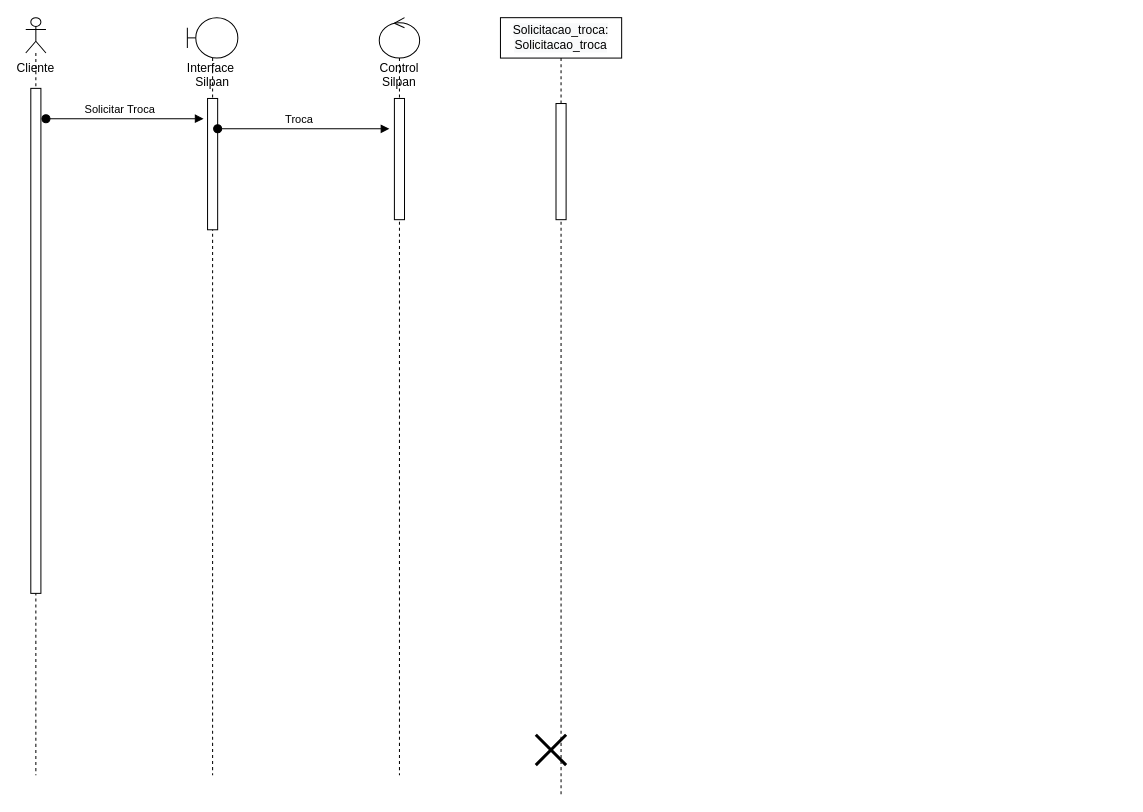
Before: Diagrama de Sequencia/Diagrama de Sequência.Troca.drawio in Systematicos/Silpan-AMS, a draw.io diagram. Source tidied: cells renumbered, new cells numbered last; positions are measured from the earlier drawing's top-left corner, leaving out a move shared by most shapes. Both pictures are drawn from the tidied source at 101%, with x=0, y=0 at pixel (25, 17).
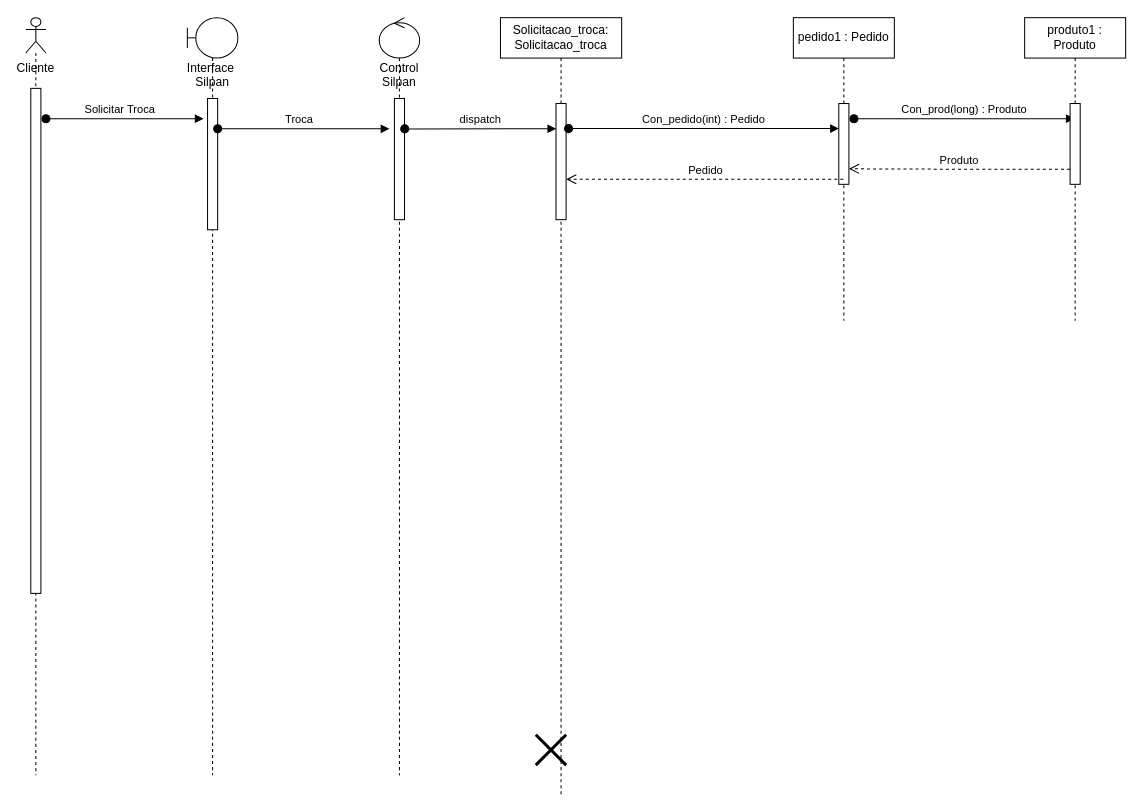
The same page after the edit.

Unchanged cells that the change refers to:
```xml
<mxCell id="5" style="html=1;points=[];perimeter=orthogonalPerimeter;" parent="4" vertex="1">
  <mxGeometry x="15" y="80" width="10" height="120" as="geometry" />
</mxCell>
<mxCell id="11" style="html=1;points=[];perimeter=orthogonalPerimeter;" parent="10" vertex="1">
  <mxGeometry x="55" y="85" width="10" height="115" as="geometry" />
</mxCell>
```

The edit, as a diff of the source:
```diff
@@
+    <mxCell id="13" value="dispatch" style="html=1;verticalAlign=bottom;startArrow=oval;startFill=1;endArrow=block;startSize=8;exitX=1.022;exitY=0.251;exitDx=0;exitDy=0;exitPerimeter=0;entryX=0.016;entryY=0.217;entryDx=0;entryDy=0;entryPerimeter=0;" parent="1" edge="1" source="5" target="11">
+      <mxGeometry relative="1" as="geometry" />
+    </mxCell>
+    <mxCell id="14" value="pedido1 : Pedido" style="shape=umlLifeline;perimeter=lifelinePerimeter;whiteSpace=wrap;html=1;outlineConnect=0;" parent="1" vertex="1">
+      <mxGeometry x="760" width="100" height="300" as="geometry" />
+    </mxCell>
+    <mxCell id="15" style="html=1;points=[];perimeter=orthogonalPerimeter;" parent="14" vertex="1">
+      <mxGeometry x="45" y="85" width="10" height="80" as="geometry" />
+    </mxCell>
+    <mxCell id="16" value="Con_prod(long) : Produto" style="html=1;verticalAlign=bottom;startArrow=oval;startFill=1;endArrow=block;startSize=8;" parent="14" edge="1" target="18">
+      <mxGeometry relative="1" as="geometry">
+        <mxPoint x="60" y="100" as="sourcePoint" />
+      </mxGeometry>
+    </mxCell>
+    <mxCell id="17" value="Con_pedido(int) : Pedido" style="html=1;verticalAlign=bottom;startArrow=oval;startFill=1;endArrow=block;startSize=8;exitX=1.245;exitY=0.216;exitDx=0;exitDy=0;exitPerimeter=0;" parent="1" edge="1" source="11" target="15">
+      <mxGeometry relative="1" as="geometry" />
+    </mxCell>
+    <mxCell id="18" value="produto1 :&lt;br&gt;Produto" style="shape=umlLifeline;perimeter=lifelinePerimeter;whiteSpace=wrap;html=1;outlineConnect=0;" parent="1" vertex="1">
+      <mxGeometry x="989" width="100" height="300" as="geometry" />
+    </mxCell>
+    <mxCell id="19" style="html=1;points=[];perimeter=orthogonalPerimeter;" parent="18" vertex="1">
+      <mxGeometry x="45" y="85" width="10" height="80" as="geometry" />
+    </mxCell>
+    <mxCell id="20" value="Produto" style="html=1;verticalAlign=bottom;endArrow=open;dashed=1;endSize=8;entryX=1;entryY=0.808;entryDx=0;entryDy=0;entryPerimeter=0;" parent="1" edge="1" source="19" target="15">
+      <mxGeometry relative="1" as="geometry">
+        <Array as="points">
+          <mxPoint x="910" y="150" />
+        </Array>
+      </mxGeometry>
+    </mxCell>
+    <mxCell id="21" value="Pedido" style="html=1;verticalAlign=bottom;endArrow=open;dashed=1;endSize=8;" parent="1" edge="1" source="14" target="11">
+      <mxGeometry relative="1" as="geometry">
+        <Array as="points">
+          <mxPoint x="620" y="160" />
+        </Array>
+      </mxGeometry>
+    </mxCell>
```
